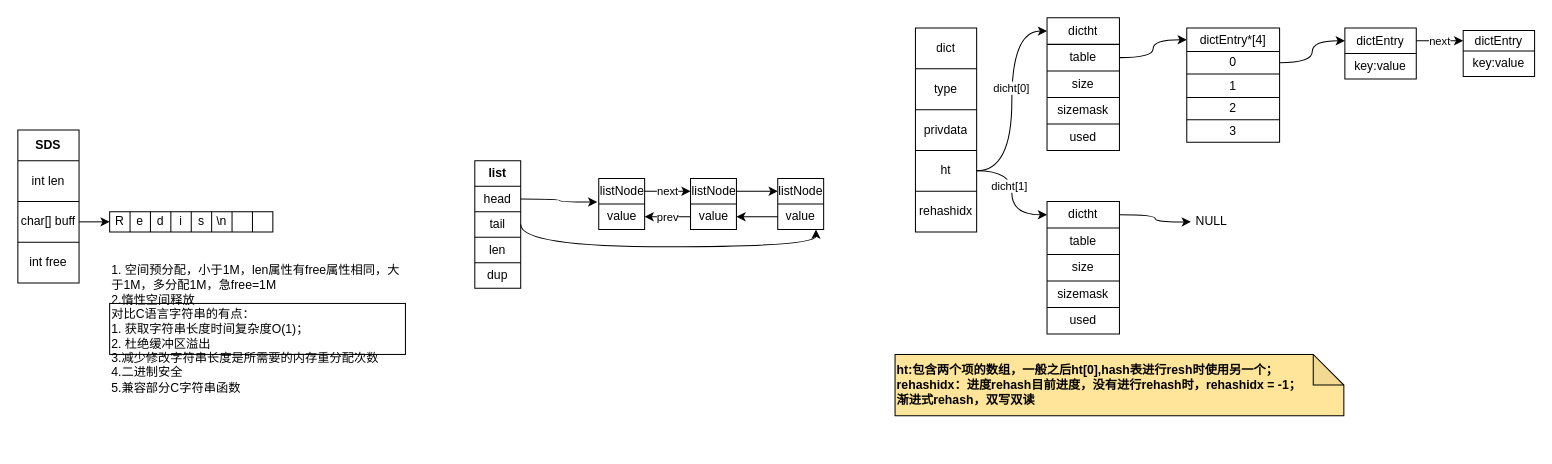
This is src/main/java/leetcode/wawa/redis.drawio from sliumhh/spring6.0, a draw.io file, before an edit. Source tidied: cells renumbered, new cells numbered last; positions are measured from the earlier drawing's top-left corner, leaving out a move shared by most shapes. Both pictures are drawn from the tidied source at 102%, with x=0, y=0 at pixel (17, 17).
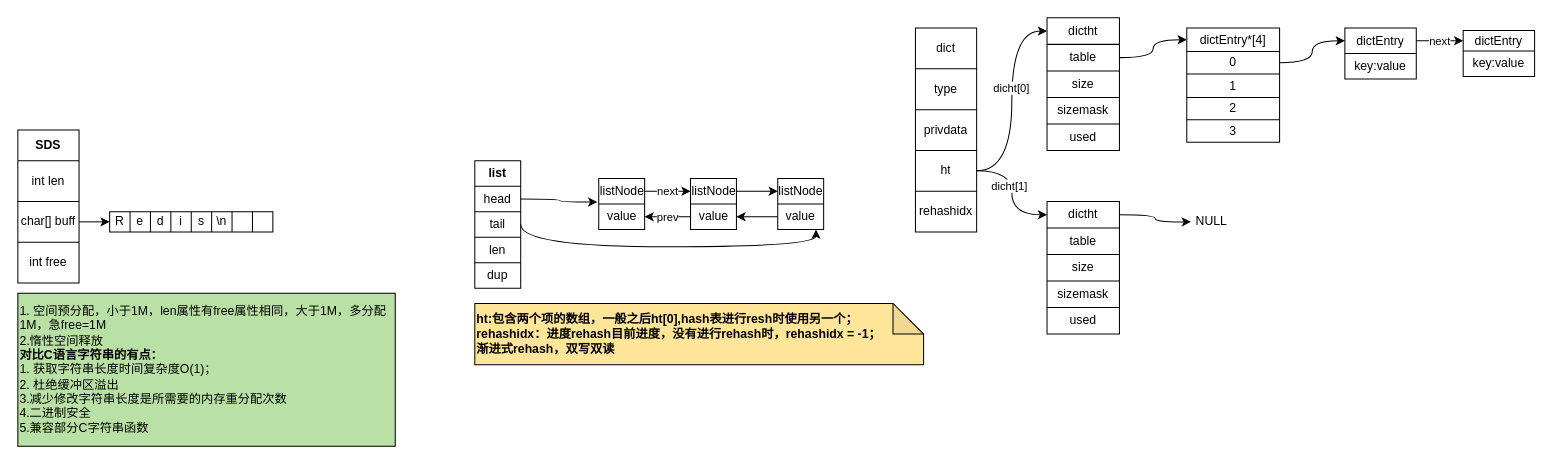
Above is the later version.

Change to the diagram source:
```diff
@@
-    <mxCell id="20" value="1. 空间预分配，小于1M，len属性有free属性相同，大于1M，多分配1M，急free=1M&lt;br&gt;2.惰性空间释放&lt;br&gt;对比C语言字符串的有点：&lt;br&gt;1. 获取字符串长度时间复杂度O(1)；&lt;br&gt;2. 杜绝缓冲区溢出&lt;br&gt;3.减少修改字符串长度是所需要的内存重分配次数&lt;br&gt;4.二进制安全&lt;br&gt;5.兼容部分C字符串函数" style="whiteSpace=wrap;html=1;align=left;" parent="1" vertex="1">
-      <mxGeometry x="90" y="280" width="290" height="50" as="geometry" />
+    <mxCell id="20" value="1. 空间预分配，小于1M，len属性有free属性相同，大于1M，多分配1M，急free=1M&lt;br&gt;2.惰性空间释放&lt;br&gt;&lt;b&gt;对比C语言字符串的有点：&lt;/b&gt;&lt;br&gt;1. 获取字符串长度时间复杂度O(1)；&lt;br&gt;2. 杜绝缓冲区溢出&lt;br&gt;3.减少修改字符串长度是所需要的内存重分配次数&lt;br&gt;4.二进制安全&lt;br&gt;5.兼容部分C字符串函数" style="whiteSpace=wrap;html=1;align=left;fillColor=#B9E0A5;" parent="1" vertex="1">
+      <mxGeometry y="270" width="370" height="150" as="geometry" />
     </mxCell>
@@
     <mxCell id="100" value="ht:包含两个项的数组，一般之后ht[0],hash表进行resh时使用另一个；&lt;br&gt;rehashidx：进度rehash目前进度，没有进行rehash时，rehashidx = -1；&lt;br&gt;渐进式rehash，双写双读" style="shape=note;whiteSpace=wrap;html=1;backgroundOutline=1;darkOpacity=0.05;align=left;fillColor=#FFE599;fontStyle=1;" parent="1" vertex="1">
-      <mxGeometry x="860" y="330" width="440" height="60" as="geometry" />
+      <mxGeometry x="448" y="280" width="440" height="60" as="geometry" />
     </mxCell>
```
